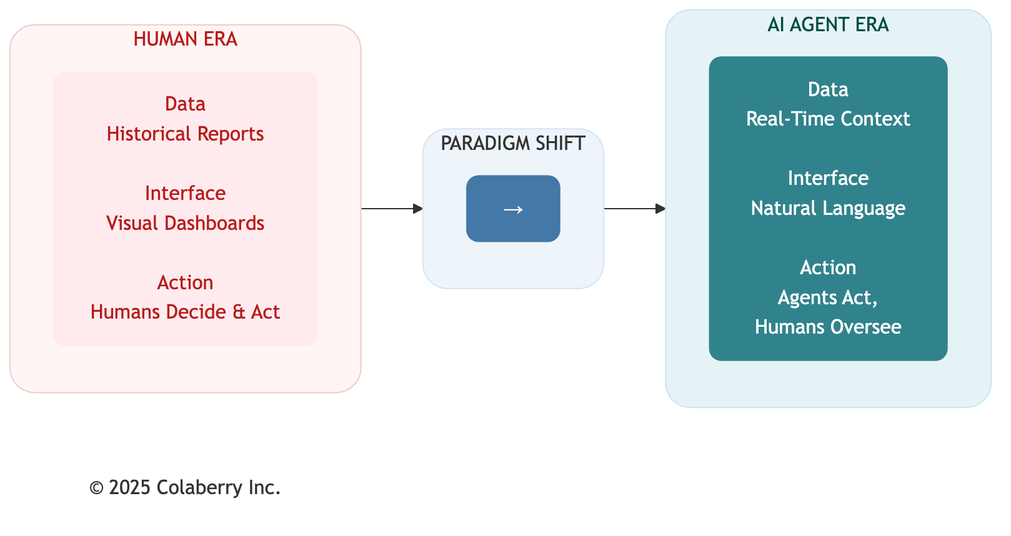
This is manuscript/figures/01_chapter_0_trust_before_intelligence-diagram-02.png from saitejesh-cyber/trust-before-intelligence-book, a Mermaid export, as it was before one commit. Its source is kept beside it as mermaid-source/01_chapter_0_trust_before_intelligence-diagram-02.mmd.
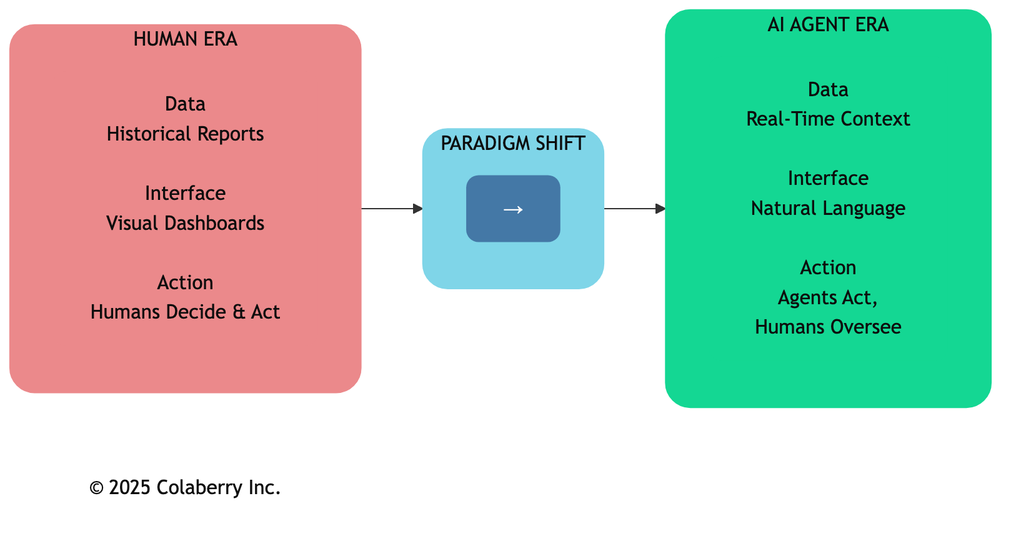
Above is the later version.

What changed in the source:
```diff
@@ -18,10 +18,10 @@
 
     HumanEra --> TRANSFORM --> AgentEra
 
-    style HumanEra fill:#fff5f5,stroke:#f2caca,stroke-width:1px,color:#b71c1c,rx:20,ry:20
-    style H1 fill:#ffebee,stroke:none,color:#b71c1c,rx:10,ry:10
-    style TRANSFORM fill:#edf4fa,stroke:#d6e4f2,stroke-width:1px,color:#333333,rx:20,ry:20
+    style HumanEra fill:#EB898B,stroke:#EB898B,stroke-width:1px,color:#0D0D0D,rx:20,ry:20
+    style H1 fill:#EB898B,stroke:none,color:#0D0D0D,rx:10,ry:10
+    style TRANSFORM fill:#7FD5E8,stroke:#7FD5E8,stroke-width:1px,color:#0D0D0D,rx:20,ry:20
     style T1 fill:#4478A6,stroke:none,color:#ffffff,rx:10,ry:10
-    style AgentEra fill:#e6f3f6,stroke:#c7e3ea,stroke-width:1px,color:#004d40,rx:20,ry:20
-    style A1 fill:#30838C,stroke:none,color:#ffffff,rx:10,ry:10
-    style Copyright fill:none,stroke:none,color:#333333
+    style AgentEra fill:#14D793,stroke:#14D793,stroke-width:1px,color:#0D0D0D,rx:20,ry:20
+    style A1 fill:#14D793,stroke:none,color:#0D0D0D,rx:10,ry:10
+    style Copyright fill:none,stroke:none,color:#0D0D0D
```
